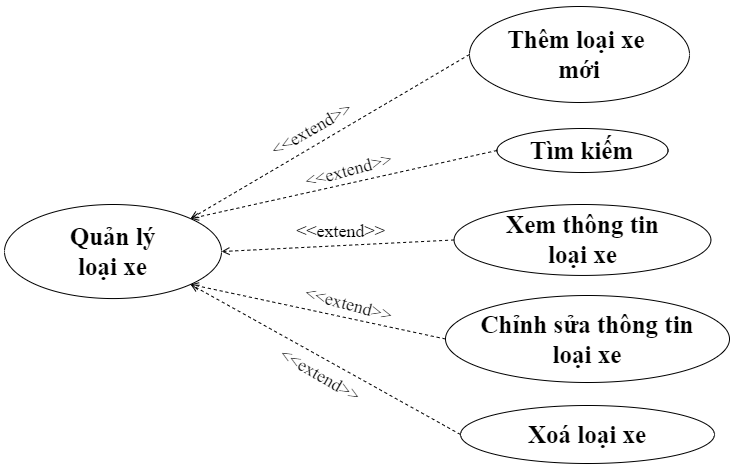
The draw.io diagram SODO/Usecase/loaixe.drawio.png in khuevotan/TaiCamRanh_DATN, before a commit. Source tidied: cells renumbered, new cells last; positions are measured from the earlier drawing's top-left corner, leaving out a move shared by most shapes. Source of this version:
```xml
<mxGraphModel>
  <root>
    <mxCell id="0" />
    <mxCell id="1" parent="0" />
    <mxCell id="2" value="&lt;b style=&quot;font-size: 25px;&quot;&gt;Thêm loại xe&amp;nbsp;&lt;br&gt;mới&lt;br&gt;&lt;/b&gt;" style="ellipse;whiteSpace=wrap;html=1;fontSize=25;fontFamily=Times New Roman;" parent="1" vertex="1">
      <mxGeometry x="465" width="220" height="96" as="geometry" />
    </mxCell>
    <mxCell id="3" value="Xoá loại xe" style="ellipse;whiteSpace=wrap;html=1;fontSize=25;fontFamily=Times New Roman;fontStyle=1;" parent="1" vertex="1">
      <mxGeometry x="456" y="399" width="254" height="58" as="geometry" />
    </mxCell>
    <mxCell id="4" value="Chỉnh sửa thông tin &lt;br style=&quot;font-size: 25px;&quot;&gt;loại xe" style="ellipse;whiteSpace=wrap;html=1;fontSize=25;fontFamily=Times New Roman;fontStyle=1;" parent="1" vertex="1">
      <mxGeometry x="441" y="289" width="284" height="87" as="geometry" />
    </mxCell>
    <mxCell id="5" style="edgeStyle=none;html=1;endArrow=open;verticalAlign=bottom;dashed=1;labelBackgroundColor=none;rounded=0;exitX=0;exitY=0.5;exitDx=0;exitDy=0;fontSize=25;entryX=1;entryY=0;entryDx=0;entryDy=0;" parent="1" edge="1" source="2" target="6">
      <mxGeometry relative="1" as="geometry" />
    </mxCell>
    <mxCell id="6" value="Quản lý &lt;br&gt;loại xe" style="ellipse;whiteSpace=wrap;html=1;fontSize=25;fontFamily=Times New Roman;fontStyle=1;" parent="1" vertex="1">
      <mxGeometry y="198" width="217" height="94.1" as="geometry" />
    </mxCell>
    <mxCell id="7" style="edgeStyle=none;html=1;endArrow=open;verticalAlign=bottom;dashed=1;labelBackgroundColor=none;rounded=0;exitX=0;exitY=0.5;exitDx=0;exitDy=0;fontSize=25;entryX=1;entryY=1;entryDx=0;entryDy=0;" parent="1" edge="1" source="3" target="6">
      <mxGeometry relative="1" as="geometry" />
    </mxCell>
    <mxCell id="8" style="edgeStyle=none;html=1;endArrow=open;verticalAlign=bottom;dashed=1;labelBackgroundColor=none;rounded=0;exitX=0;exitY=0.5;exitDx=0;exitDy=0;fontSize=25;entryX=1;entryY=1;entryDx=0;entryDy=0;" parent="1" edge="1" source="4" target="6">
      <mxGeometry relative="1" as="geometry" />
    </mxCell>
    <mxCell id="9" value="&lt;font style=&quot;font-size: 18px;&quot;&gt;&amp;lt;&amp;lt;extend&amp;gt;&amp;gt;&lt;/font&gt;" style="text;html=1;strokeColor=none;fillColor=none;align=center;verticalAlign=middle;whiteSpace=wrap;rounded=0;fontFamily=Times New Roman;fontSize=18;rotation=30;fontStyle=0;" parent="1" vertex="1">
      <mxGeometry x="286" y="354" width="60" height="30" as="geometry" />
    </mxCell>
    <mxCell id="10" value="&lt;font style=&quot;font-size: 18px;&quot;&gt;&amp;lt;&amp;lt;extend&amp;gt;&amp;gt;&lt;/font&gt;" style="text;html=1;strokeColor=none;fillColor=none;align=center;verticalAlign=middle;whiteSpace=wrap;rounded=0;fontFamily=Times New Roman;fontSize=18;rotation=-30;fontStyle=0;" parent="1" vertex="1">
      <mxGeometry x="267" y="106" width="81" height="34.1" as="geometry" />
    </mxCell>
    <mxCell id="11" value="&lt;font style=&quot;font-size: 18px;&quot;&gt;&amp;lt;&amp;lt;extend&amp;gt;&amp;gt;&lt;/font&gt;" style="text;html=1;strokeColor=none;fillColor=none;align=center;verticalAlign=middle;whiteSpace=wrap;rounded=0;fontFamily=Times New Roman;fontSize=18;rotation=-15;fontStyle=0;" parent="1" vertex="1">
      <mxGeometry x="304" y="147" width="81" height="34.1" as="geometry" />
    </mxCell>
    <mxCell id="12" value="&lt;b style=&quot;font-size: 25px;&quot;&gt;Xem thông tin &lt;br style=&quot;font-size: 25px;&quot;&gt;loại xe&lt;br&gt;&lt;/b&gt;" style="ellipse;whiteSpace=wrap;html=1;fontSize=25;fontFamily=Times New Roman;" parent="1" vertex="1">
      <mxGeometry x="449.6" y="198" width="256.9" height="70.9" as="geometry" />
    </mxCell>
    <mxCell id="13" style="edgeStyle=none;html=1;endArrow=open;verticalAlign=bottom;dashed=1;labelBackgroundColor=none;rounded=0;exitX=0;exitY=0.5;exitDx=0;exitDy=0;fontSize=25;entryX=1;entryY=0.5;entryDx=0;entryDy=0;" parent="1" edge="1" source="12" target="6">
      <mxGeometry relative="1" as="geometry" />
    </mxCell>
    <mxCell id="14" value="&lt;font style=&quot;font-size: 18px;&quot;&gt;&amp;lt;&amp;lt;extend&amp;gt;&amp;gt;&lt;/font&gt;" style="text;html=1;strokeColor=none;fillColor=none;align=center;verticalAlign=middle;whiteSpace=wrap;rounded=0;fontFamily=Times New Roman;fontSize=18;rotation=15;fontStyle=0;" parent="1" vertex="1">
      <mxGeometry x="304" y="281" width="81" height="34.1" as="geometry" />
    </mxCell>
    <mxCell id="15" value="&lt;b style=&quot;font-size: 25px;&quot;&gt;Tìm kiếm&lt;/b&gt;" style="ellipse;whiteSpace=wrap;html=1;fontSize=25;fontFamily=Times New Roman;" parent="1" vertex="1">
      <mxGeometry x="492.4" y="122" width="171.1" height="44" as="geometry" />
    </mxCell>
    <mxCell id="16" style="edgeStyle=none;html=1;endArrow=open;verticalAlign=bottom;dashed=1;labelBackgroundColor=none;rounded=0;exitX=0;exitY=0.5;exitDx=0;exitDy=0;fontSize=25;entryX=1;entryY=0;entryDx=0;entryDy=0;" parent="1" edge="1" source="15" target="6">
      <mxGeometry relative="1" as="geometry" />
    </mxCell>
    <mxCell id="17" value="&lt;font style=&quot;font-size: 18px;&quot;&gt;&amp;lt;&amp;lt;extend&amp;gt;&amp;gt;&lt;/font&gt;" style="text;html=1;strokeColor=none;fillColor=none;align=center;verticalAlign=middle;whiteSpace=wrap;rounded=0;fontFamily=Times New Roman;fontSize=18;rotation=0;fontStyle=0;" parent="1" vertex="1">
      <mxGeometry x="296" y="208" width="81" height="34.1" as="geometry" />
    </mxCell>
  </root>
</mxGraphModel>
```
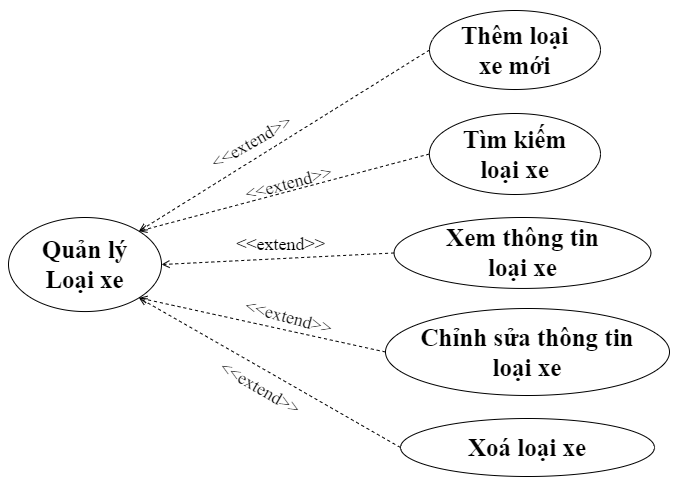
The same file after the commit.

What changed in the source:
```diff
@@ -2,8 +2,8 @@
   <root>
     <mxCell id="0" />
     <mxCell id="1" parent="0" />
-    <mxCell id="2" value="&lt;b style=&quot;font-size: 25px;&quot;&gt;Thêm loại xe&amp;nbsp;&lt;br&gt;mới&lt;br&gt;&lt;/b&gt;" style="ellipse;whiteSpace=wrap;html=1;fontSize=25;fontFamily=Times New Roman;" parent="1" vertex="1">
-      <mxGeometry x="465" width="220" height="96" as="geometry" />
+    <mxCell id="2" value="&lt;b style=&quot;font-size: 25px;&quot;&gt;Thêm loại &lt;br&gt;xe&amp;nbsp;mới&lt;br&gt;&lt;/b&gt;" style="ellipse;whiteSpace=wrap;html=1;fontSize=25;fontFamily=Times New Roman;" parent="1" vertex="1">
+      <mxGeometry x="485" y="-9" width="171" height="79" as="geometry" />
     </mxCell>
     <mxCell id="3" value="Xoá loại xe" style="ellipse;whiteSpace=wrap;html=1;fontSize=25;fontFamily=Times New Roman;fontStyle=1;" parent="1" vertex="1">
       <mxGeometry x="456" y="399" width="254" height="58" as="geometry" />
@@ -14,8 +14,8 @@
     <mxCell id="5" style="edgeStyle=none;html=1;endArrow=open;verticalAlign=bottom;dashed=1;labelBackgroundColor=none;rounded=0;exitX=0;exitY=0.5;exitDx=0;exitDy=0;fontSize=25;entryX=1;entryY=0;entryDx=0;entryDy=0;" parent="1" edge="1" source="2" target="6">
       <mxGeometry relative="1" as="geometry" />
     </mxCell>
-    <mxCell id="6" value="Quản lý &lt;br&gt;loại xe" style="ellipse;whiteSpace=wrap;html=1;fontSize=25;fontFamily=Times New Roman;fontStyle=1;" parent="1" vertex="1">
-      <mxGeometry y="198" width="217" height="94.1" as="geometry" />
+    <mxCell id="6" value="Quản lý &lt;br&gt;Loại xe" style="ellipse;whiteSpace=wrap;html=1;fontSize=25;fontFamily=Times New Roman;fontStyle=1;" parent="1" vertex="1">
+      <mxGeometry x="64" y="198" width="153" height="94.1" as="geometry" />
     </mxCell>
     <mxCell id="7" style="edgeStyle=none;html=1;endArrow=open;verticalAlign=bottom;dashed=1;labelBackgroundColor=none;rounded=0;exitX=0;exitY=0.5;exitDx=0;exitDy=0;fontSize=25;entryX=1;entryY=1;entryDx=0;entryDy=0;" parent="1" edge="1" source="3" target="6">
       <mxGeometry relative="1" as="geometry" />
@@ -41,8 +41,8 @@
     <mxCell id="14" value="&lt;font style=&quot;font-size: 18px;&quot;&gt;&amp;lt;&amp;lt;extend&amp;gt;&amp;gt;&lt;/font&gt;" style="text;html=1;strokeColor=none;fillColor=none;align=center;verticalAlign=middle;whiteSpace=wrap;rounded=0;fontFamily=Times New Roman;fontSize=18;rotation=15;fontStyle=0;" parent="1" vertex="1">
       <mxGeometry x="304" y="281" width="81" height="34.1" as="geometry" />
     </mxCell>
-    <mxCell id="15" value="&lt;b style=&quot;font-size: 25px;&quot;&gt;Tìm kiếm&lt;/b&gt;" style="ellipse;whiteSpace=wrap;html=1;fontSize=25;fontFamily=Times New Roman;" parent="1" vertex="1">
-      <mxGeometry x="492.4" y="122" width="171.1" height="44" as="geometry" />
+    <mxCell id="15" value="&lt;b style=&quot;font-size: 25px;&quot;&gt;Tìm kiếm&lt;br&gt;loại xe&lt;br&gt;&lt;/b&gt;" style="ellipse;whiteSpace=wrap;html=1;fontSize=25;fontFamily=Times New Roman;" parent="1" vertex="1">
+      <mxGeometry x="484.9" y="94" width="171.1" height="81" as="geometry" />
     </mxCell>
     <mxCell id="16" style="edgeStyle=none;html=1;endArrow=open;verticalAlign=bottom;dashed=1;labelBackgroundColor=none;rounded=0;exitX=0;exitY=0.5;exitDx=0;exitDy=0;fontSize=25;entryX=1;entryY=0;entryDx=0;entryDy=0;" parent="1" edge="1" source="15" target="6">
       <mxGeometry relative="1" as="geometry" />
```
